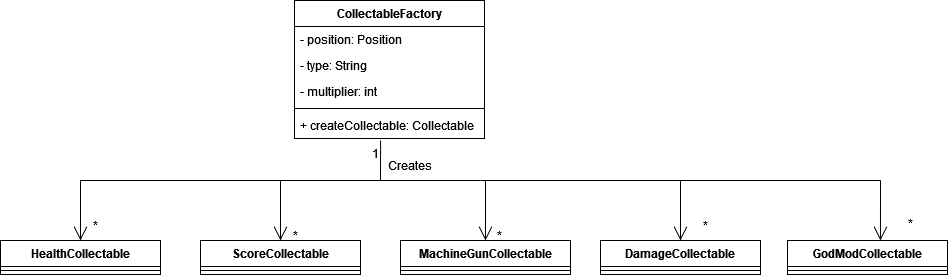
FEUP-LDTS-2023/project-l04gr03 keeps this draw.io diagram as docs/Images_UML/Factory_Pattern.png. Above is the earlier version. Source tidied: cells renumbered, new cells last; positions are measured from the earlier drawing's top-left corner, leaving out a move shared by most shapes.
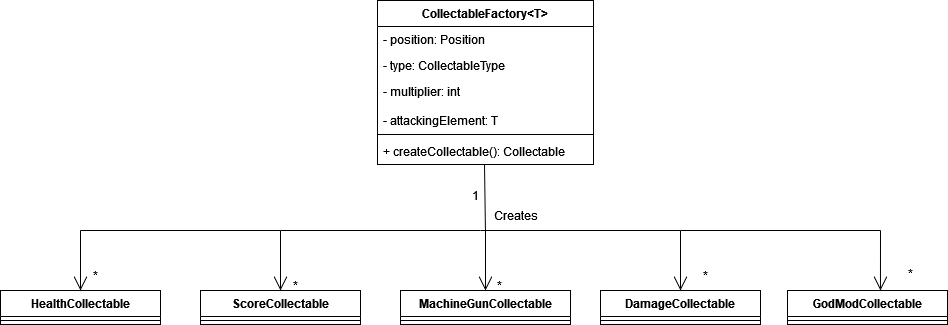
After the commit.

Commit message:
Updating pattern umls for final delivery.

Diff of the diagram source:
```diff
@@ -2,23 +2,23 @@
   <root>
     <mxCell id="0" />
     <mxCell id="1" parent="0" />
-    <mxCell id="2" value="CollectableFactory" style="swimlane;fontStyle=1;align=center;verticalAlign=top;horizontal=1;startSize=26;whiteSpace=wrap;html=1;" parent="1" vertex="1">
-      <mxGeometry x="294" width="190" height="138" as="geometry" />
+    <mxCell id="2" value="CollectableFactory&amp;lt;T&amp;gt;" style="swimlane;fontStyle=1;align=center;verticalAlign=top;horizontal=1;startSize=26;whiteSpace=wrap;html=1;" parent="1" vertex="1">
+      <mxGeometry x="377" y="-50" width="216" height="164" as="geometry" />
     </mxCell>
     <mxCell id="3" value="- position: Position&lt;br&gt;" style="text;strokeColor=none;fillColor=none;align=left;verticalAlign=top;spacingLeft=4;spacingRight=4;overflow=hidden;whiteSpace=wrap;html=1;" parent="2" vertex="1">
-      <mxGeometry y="26" width="190" height="26" as="geometry" />
+      <mxGeometry y="26" width="216" height="26" as="geometry" />
     </mxCell>
-    <mxCell id="4" value="- type: String" style="text;strokeColor=none;fillColor=none;align=left;verticalAlign=top;spacingLeft=4;spacingRight=4;overflow=hidden;whiteSpace=wrap;html=1;" parent="2" vertex="1">
-      <mxGeometry y="52" width="190" height="26" as="geometry" />
+    <mxCell id="4" value="- type: CollectableType" style="text;strokeColor=none;fillColor=none;align=left;verticalAlign=top;spacingLeft=4;spacingRight=4;overflow=hidden;whiteSpace=wrap;html=1;" parent="2" vertex="1">
+      <mxGeometry y="52" width="216" height="26" as="geometry" />
     </mxCell>
-    <mxCell id="5" value="- multiplier: int" style="text;strokeColor=none;fillColor=none;align=left;verticalAlign=top;spacingLeft=4;spacingRight=4;overflow=hidden;whiteSpace=wrap;html=1;" parent="2" vertex="1">
-      <mxGeometry y="78" width="190" height="26" as="geometry" />
+    <mxCell id="5" value="&lt;div&gt;- multiplier: int&lt;/div&gt;&lt;div&gt;&lt;br&gt;&lt;/div&gt;&lt;div&gt;- attackingElement: T&lt;br&gt;&lt;/div&gt;" style="text;strokeColor=none;fillColor=none;align=left;verticalAlign=top;spacingLeft=4;spacingRight=4;overflow=hidden;whiteSpace=wrap;html=1;" parent="2" vertex="1">
+      <mxGeometry y="78" width="216" height="52" as="geometry" />
     </mxCell>
     <mxCell id="6" style="line;strokeWidth=1;fillColor=none;align=left;verticalAlign=middle;spacingTop=-1;spacingLeft=3;spacingRight=3;labelPosition=right;strokeColor=inherit;" parent="2" vertex="1">
-      <mxGeometry y="104" width="190" height="8" as="geometry" />
+      <mxGeometry y="130" width="216" height="8" as="geometry" />
     </mxCell>
-    <mxCell id="7" value="+ createCollectable: Collectable" style="text;strokeColor=none;fillColor=none;align=left;verticalAlign=top;spacingLeft=4;spacingRight=4;overflow=hidden;points=[[0,0.5],[1,0.5]];portConstraint=eastwest;whiteSpace=wrap;html=1;" parent="2" vertex="1">
-      <mxGeometry y="112" width="190" height="26" as="geometry" />
+    <mxCell id="7" value="+ createCollectable(): Collectable" style="text;strokeColor=none;fillColor=none;align=left;verticalAlign=top;spacingLeft=4;spacingRight=4;overflow=hidden;points=[[0,0.5],[1,0.5]];portConstraint=eastwest;whiteSpace=wrap;html=1;" parent="2" vertex="1">
+      <mxGeometry y="138" width="216" height="26" as="geometry" />
     </mxCell>
     <mxCell id="8" value="HealthCollectable" style="swimlane;fontStyle=1;align=center;verticalAlign=top;horizontal=1;startSize=26;whiteSpace=wrap;html=1;" parent="1" vertex="1">
       <mxGeometry y="240" width="160" height="34" as="geometry" />
@@ -82,13 +82,13 @@
         <mxPoint x="680" y="180" as="targetPoint" />
       </mxGeometry>
     </mxCell>
-    <mxCell id="23" style="endArrow=none;html=1;rounded=0;entryX=0.453;entryY=1.077;entryDx=0;entryDy=0;entryPerimeter=0;" parent="1" edge="1" target="7">
+    <mxCell id="23" style="endArrow=none;html=1;rounded=0;entryX=0.453;entryY=1.077;entryDx=0;entryDy=0;entryPerimeter=0;exitX=0.071;exitY=1.067;exitDx=0;exitDy=0;exitPerimeter=0;" parent="1" edge="1" source="24">
       <mxGeometry relative="1" as="geometry">
-        <mxPoint x="380" y="180" as="sourcePoint" />
+        <mxPoint x="484" y="114" as="targetPoint" />
       </mxGeometry>
     </mxCell>
     <mxCell id="24" value="Creates" style="text;html=1;align=center;verticalAlign=middle;points=[];strokeColor=none;fillColor=none;" parent="1" vertex="1">
-      <mxGeometry x="374" y="150" width="70" height="30" as="geometry" />
+      <mxGeometry x="480" y="150" width="70" height="30" as="geometry" />
     </mxCell>
     <mxCell id="25" value="*" style="text;html=1;align=center;verticalAlign=middle;strokeColor=none;fillColor=none;" parent="1" vertex="1">
       <mxGeometry x="80" y="210" width="30" height="30" as="geometry" />
@@ -103,7 +103,7 @@
       <mxGeometry x="690" y="210" width="30" height="30" as="geometry" />
     </mxCell>
     <mxCell id="29" value="1" style="text;html=1;align=center;verticalAlign=middle;strokeColor=none;fillColor=none;" parent="1" vertex="1">
-      <mxGeometry x="360" y="138" width="30" height="30" as="geometry" />
+      <mxGeometry x="460" y="130" width="30" height="30" as="geometry" />
     </mxCell>
     <mxCell id="30" value="GodModCollectable" style="swimlane;fontStyle=1;align=center;verticalAlign=top;horizontal=1;startSize=26;whiteSpace=wrap;html=1;" parent="1" vertex="1">
       <mxGeometry x="787" y="240" width="160" height="34" as="geometry" />
```
